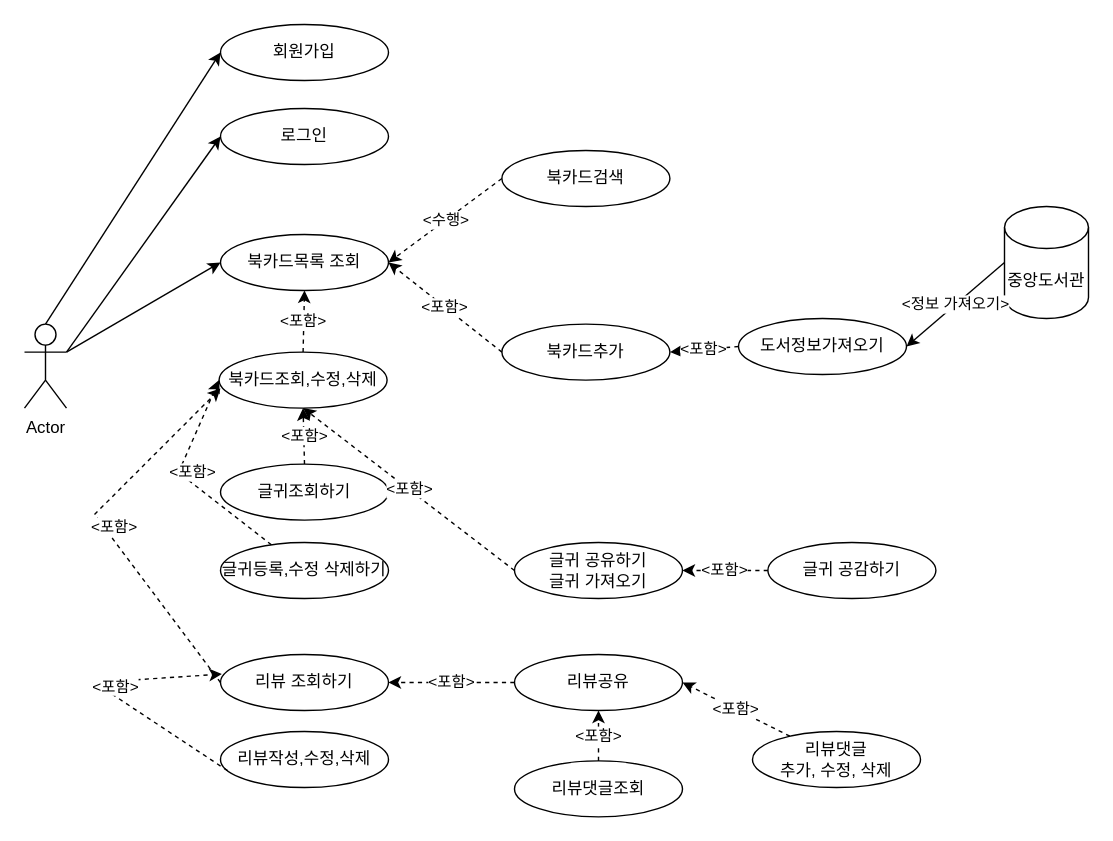
dalkjsdlf/reading-garden keeps this draw.io diagram as document/유스케이스.drawio. Above is the earlier version. Source tidied: cells renumbered, new cells numbered last; positions are measured from the earlier drawing's top-left corner, leaving out a move shared by most shapes. Both pictures are drawn from the tidied source at 140%, with x=0, y=0 at pixel (24, 24).
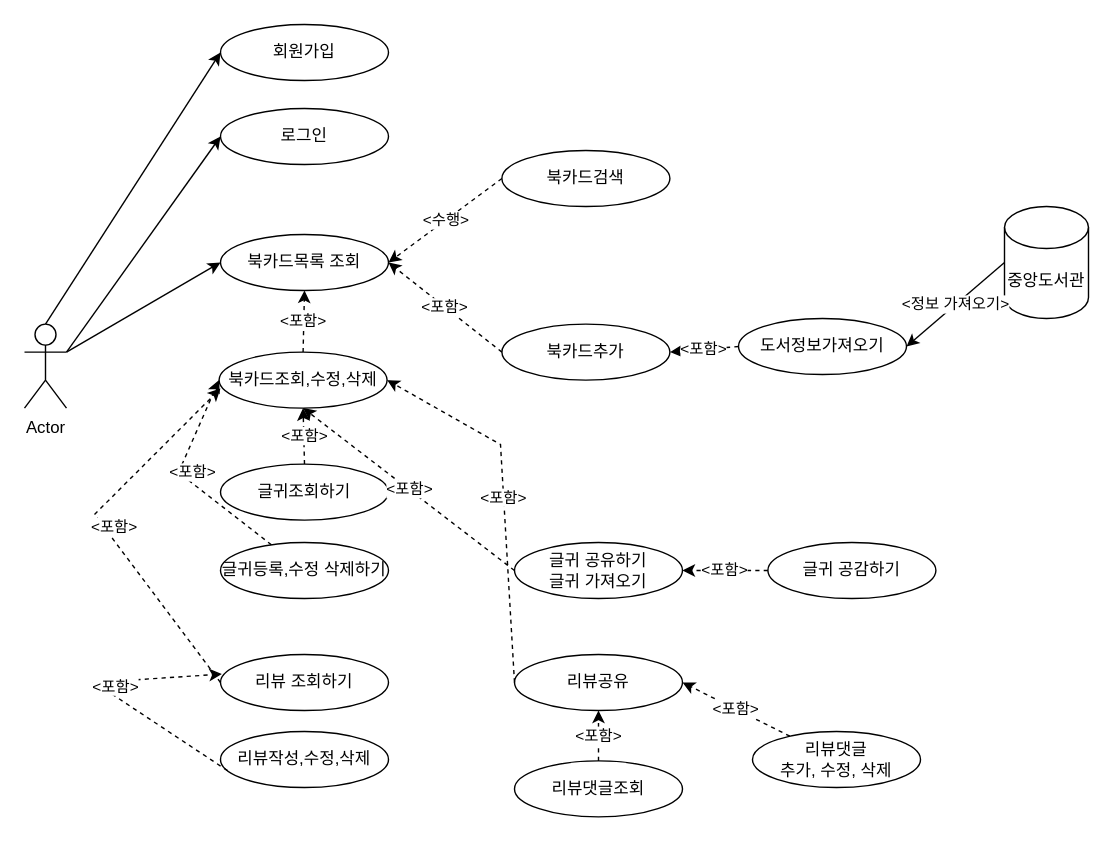
After the change.

Commit message:
유스케이스1차 완성 수정

Unchanged cells that the change refers to:
```xml
<mxCell id="8" value="북카드조회,수정,삭제" style="ellipse;whiteSpace=wrap;html=1;" parent="1" vertex="1">
  <mxGeometry x="139" y="234" width="120" height="40" as="geometry" />
</mxCell>
<mxCell id="13" value="리뷰 조회하기" style="ellipse;whiteSpace=wrap;html=1;" parent="1" vertex="1">
  <mxGeometry x="140" y="450" width="120" height="40" as="geometry" />
</mxCell>
<mxCell id="16" value="리뷰공유" style="ellipse;whiteSpace=wrap;html=1;" parent="1" vertex="1">
  <mxGeometry x="350" y="450" width="120" height="40" as="geometry" />
</mxCell>
```

Change to the diagram source:
```diff
@@
-    <mxCell id="34" value="&amp;lt;포함&amp;gt;" style="endArrow=classic;html=1;rounded=0;entryX=1;entryY=0.5;entryDx=0;entryDy=0;dashed=1;exitX=0;exitY=0.5;exitDx=0;exitDy=0;" parent="1" edge="1" source="16" target="13">
-      <mxGeometry relative="1" as="geometry" />
+    <mxCell id="34" value="&amp;lt;포함&amp;gt;" style="endArrow=classic;html=1;rounded=0;entryX=1;entryY=0.5;entryDx=0;entryDy=0;dashed=1;exitX=0;exitY=0.5;exitDx=0;exitDy=0;" parent="1" edge="1" source="16" target="8">
+      <mxGeometry relative="1" as="geometry">
+        <Array as="points">
+          <mxPoint x="340" y="300" />
+        </Array>
+      </mxGeometry>
     </mxCell>
```
